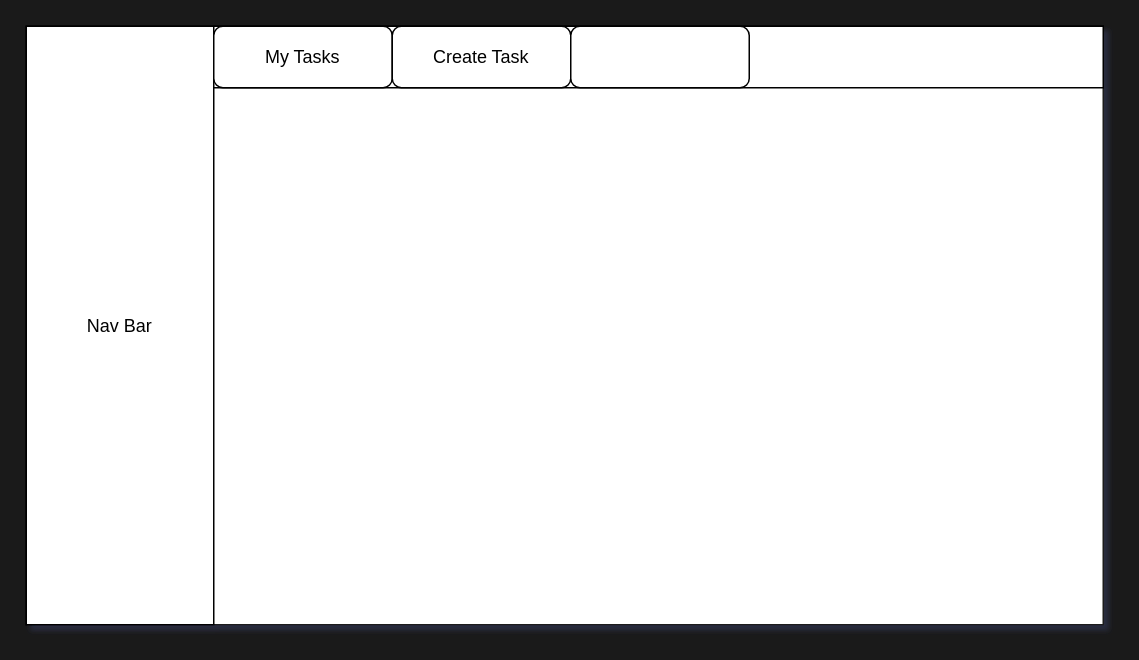
Earlier version of the draw.io diagram page "Dashboard" (4 of 6) of app.drawio (StoilTomanov/task-manager). Source tidied: cells renumbered, new cells numbered last; positions are measured from the earlier drawing's top-left corner, leaving out a move shared by most shapes. Both pictures are drawn from the tidied source at 150%, with x=0, y=0 at pixel (26, 26).
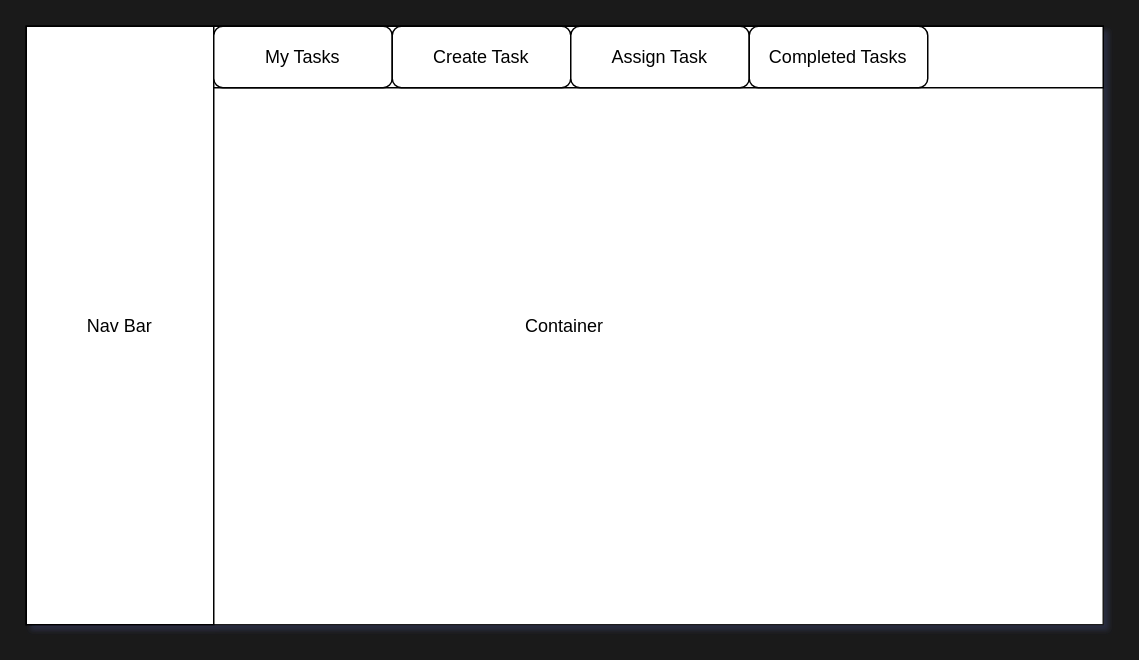
The same page after the edit.

The edit, as a diff of the source:
```diff
@@
 <mxGraphModel background="#1A1A1A" shadow="1">
   <root>
     <mxCell id="0" />
     <mxCell id="1" parent="0" />
-    <mxCell id="2" style="rounded=0;whiteSpace=wrap;html=1;strokeColor=#1A1A1A;" parent="1" vertex="1">
+    <mxCell id="2" value="Container" style="rounded=0;whiteSpace=wrap;html=1;strokeColor=#1A1A1A;" parent="1" vertex="1">
       <mxGeometry width="718" height="399" as="geometry" />
     </mxCell>
     <mxCell id="3" value="Nav Bar" style="rounded=0;whiteSpace=wrap;html=1;" parent="1" vertex="1">
       <mxGeometry width="125" height="399" as="geometry" />
     </mxCell>
     <mxCell id="4" style="rounded=0;whiteSpace=wrap;html=1;" parent="1" vertex="1">
       <mxGeometry x="125" width="593" height="41" as="geometry" />
     </mxCell>
     <mxCell id="5" value="My Tasks" style="rounded=1;whiteSpace=wrap;html=1;" parent="1" vertex="1">
       <mxGeometry x="125" width="119" height="41" as="geometry" />
     </mxCell>
     <mxCell id="6" value="Create Task" style="rounded=1;whiteSpace=wrap;html=1;" parent="1" vertex="1">
       <mxGeometry x="244" width="119" height="41" as="geometry" />
     </mxCell>
-    <mxCell id="7" style="rounded=1;whiteSpace=wrap;html=1;" parent="1" vertex="1">
+    <mxCell id="7" value="Assign Task" style="rounded=1;whiteSpace=wrap;html=1;" parent="1" vertex="1">
       <mxGeometry x="363" width="119" height="41" as="geometry" />
     </mxCell>
+    <mxCell id="8" value="Completed Tasks" style="rounded=1;whiteSpace=wrap;html=1;" parent="1" vertex="1">
+      <mxGeometry x="482" width="119" height="41" as="geometry" />
+    </mxCell>
   </root>
 </mxGraphModel>
```
